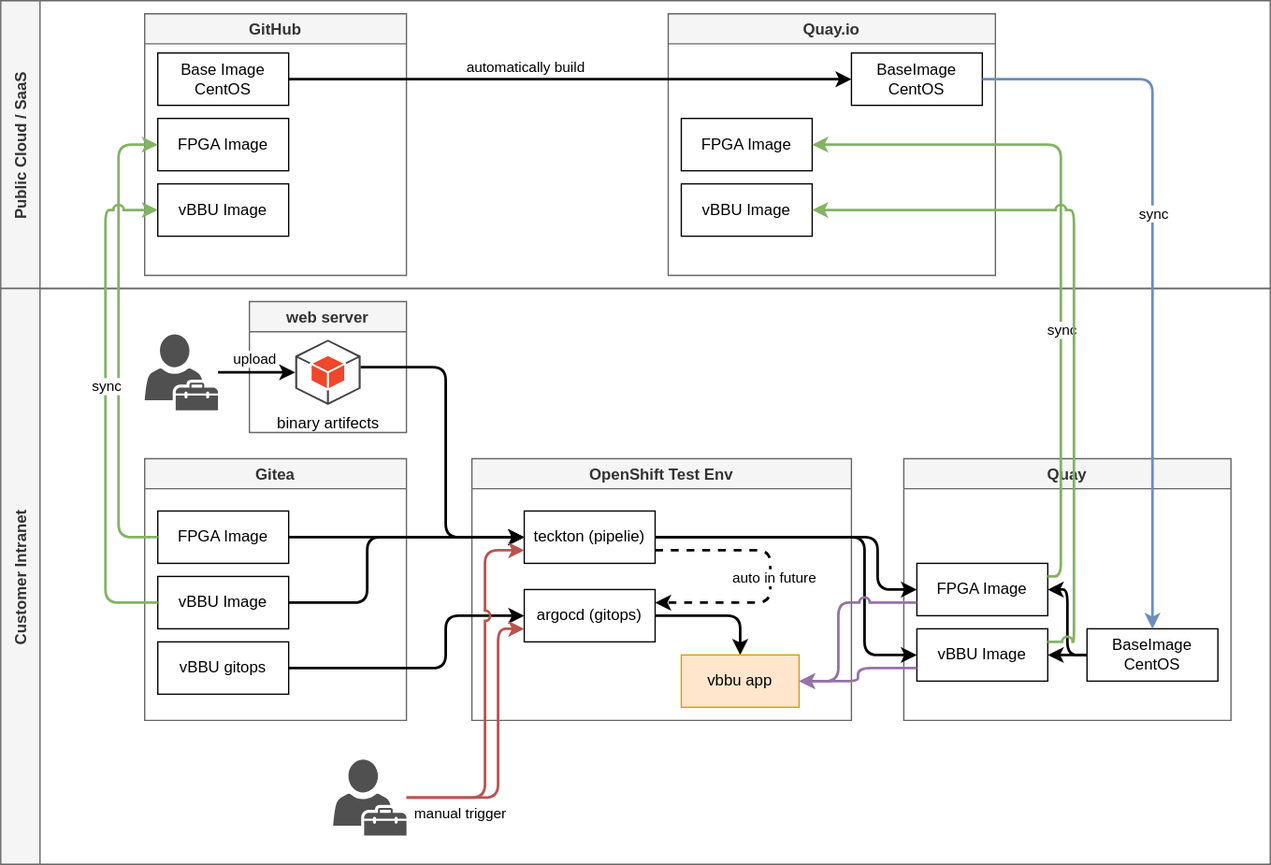
This is redhat/ocp4/4.9/dia/4.9.ci.cd.design.drawio.svg from wangzheng422/docker_env, a draw.io export, as it was before one commit. Source tidied: cells renumbered, new cells last; positions are measured from the earlier drawing's top-left corner, leaving out a move shared by most shapes.
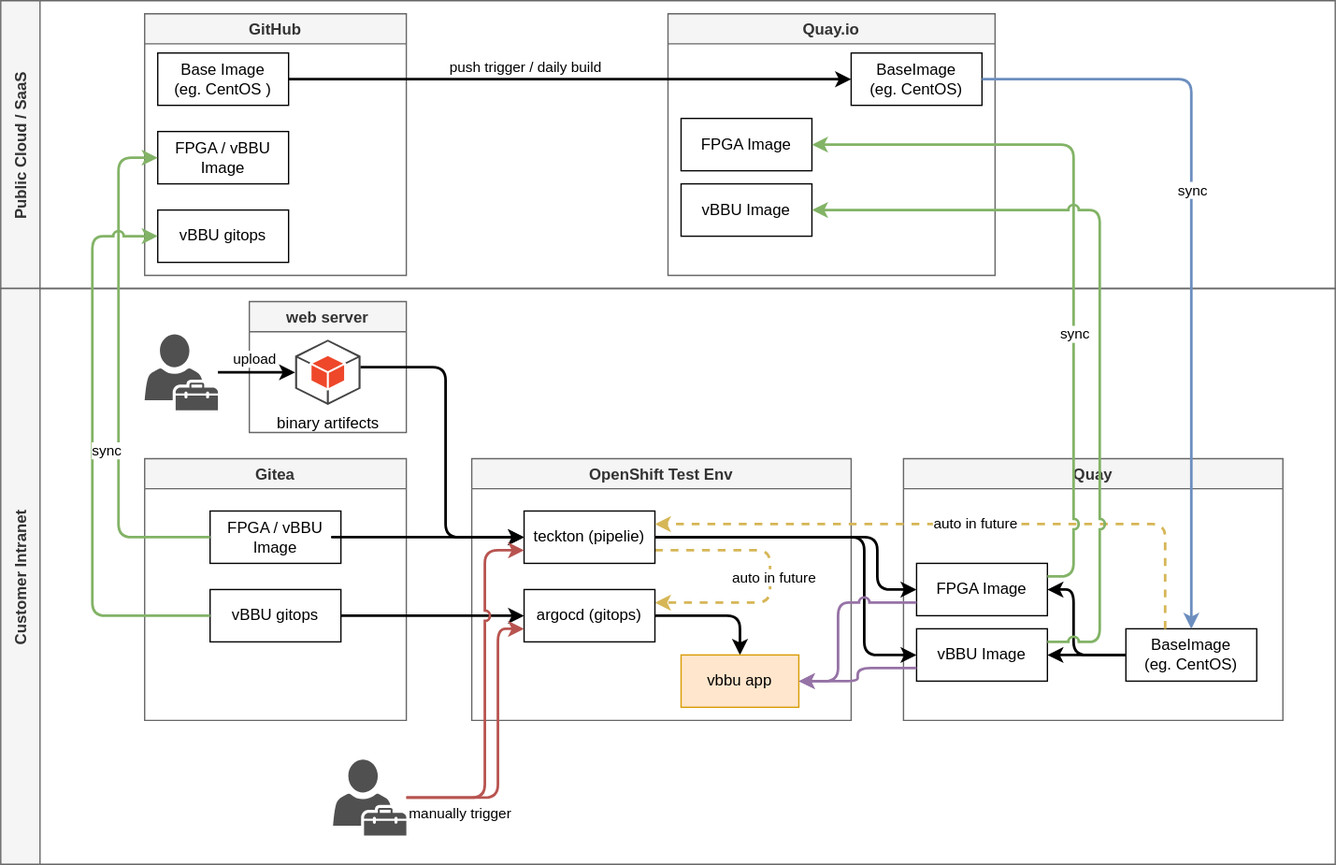
After the commit.

The edit, as a diff of the source:
```diff
@@ -3,24 +3,24 @@
     <mxCell id="0" />
     <mxCell id="1" parent="0" />
     <mxCell id="2" value="Public Cloud / SaaS" style="swimlane;horizontal=0;startSize=30;fillColor=#f5f5f5;fontColor=#333333;strokeColor=#666666;" parent="1" vertex="1">
-      <mxGeometry width="970" height="220" as="geometry" />
+      <mxGeometry width="1020" height="220" as="geometry" />
     </mxCell>
     <mxCell id="3" value="GitHub" style="swimlane;fillColor=#f5f5f5;fontColor=#333333;strokeColor=#666666;" parent="2" vertex="1">
       <mxGeometry x="110" y="10" width="200" height="200" as="geometry" />
     </mxCell>
-    <mxCell id="4" value="Base Image CentOS" style="rounded=0;whiteSpace=wrap;html=1;" parent="3" vertex="1">
+    <mxCell id="4" value="Base Image &lt;br&gt;(eg. CentOS )" style="rounded=0;whiteSpace=wrap;html=1;" parent="3" vertex="1">
       <mxGeometry x="10" y="30" width="100" height="40" as="geometry" />
     </mxCell>
-    <mxCell id="5" value="FPGA Image" style="rounded=0;whiteSpace=wrap;html=1;" parent="3" vertex="1">
-      <mxGeometry x="10" y="80" width="100" height="40" as="geometry" />
+    <mxCell id="5" value="FPGA / vBBU Image" style="rounded=0;whiteSpace=wrap;html=1;" parent="3" vertex="1">
+      <mxGeometry x="10" y="90" width="100" height="40" as="geometry" />
     </mxCell>
-    <mxCell id="6" value="vBBU Image" style="rounded=0;whiteSpace=wrap;html=1;" parent="3" vertex="1">
-      <mxGeometry x="10" y="130" width="100" height="40" as="geometry" />
-    </mxCell>
+    <mxCell id="55" value="vBBU gitops" style="rounded=0;whiteSpace=wrap;html=1;" parent="3" vertex="1">
+      <mxGeometry x="10" y="150" width="100" height="40" as="geometry" />
+    </mxCell>
     <mxCell id="7" value="Quay.io" style="swimlane;fillColor=#f5f5f5;fontColor=#333333;strokeColor=#666666;" parent="2" vertex="1">
       <mxGeometry x="510" y="10" width="250" height="200" as="geometry" />
     </mxCell>
-    <mxCell id="8" value="BaseImage CentOS" style="rounded=0;whiteSpace=wrap;html=1;" parent="7" vertex="1">
+    <mxCell id="8" value="BaseImage &lt;br&gt;(eg. CentOS)" style="rounded=0;whiteSpace=wrap;html=1;" parent="7" vertex="1">
       <mxGeometry x="140" y="30" width="100" height="40" as="geometry" />
     </mxCell>
     <mxCell id="9" value="FPGA Image" style="rounded=0;whiteSpace=wrap;html=1;" parent="7" vertex="1">
@@ -32,37 +32,39 @@
     <mxCell id="11" style="edgeStyle=orthogonalEdgeStyle;rounded=1;jumpStyle=arc;html=1;entryX=0;entryY=0.5;entryDx=0;entryDy=0;strokeWidth=2;" parent="2" edge="1" source="4" target="8">
       <mxGeometry relative="1" as="geometry" />
     </mxCell>
-    <mxCell id="12" value="automatically build" style="edgeLabel;html=1;align=center;verticalAlign=middle;" parent="11" vertex="1">
+    <mxCell id="12" value="push trigger / daily&amp;nbsp;build" style="edgeLabel;html=1;align=center;verticalAlign=middle;" parent="11" vertex="1">
       <mxGeometry x="-0.15" relative="1" as="geometry">
         <mxPoint x="-2" y="-10" as="offset" />
       </mxGeometry>
     </mxCell>
     <mxCell id="13" value="Customer Intranet" style="swimlane;horizontal=0;startSize=30;fillColor=#f5f5f5;fontColor=#333333;strokeColor=#666666;" parent="1" vertex="1">
-      <mxGeometry y="220" width="970" height="440" as="geometry" />
+      <mxGeometry y="220" width="1020" height="440" as="geometry" />
     </mxCell>
     <mxCell id="14" value="Gitea" style="swimlane;fillColor=#f5f5f5;fontColor=#333333;strokeColor=#666666;" parent="13" vertex="1">
       <mxGeometry x="110" y="130" width="200" height="200" as="geometry" />
     </mxCell>
-    <mxCell id="15" value="FPGA Image" style="rounded=0;whiteSpace=wrap;html=1;" parent="14" vertex="1">
-      <mxGeometry x="10" y="40" width="100" height="40" as="geometry" />
+    <mxCell id="15" value="FPGA / vBBU Image" style="rounded=0;whiteSpace=wrap;html=1;" parent="14" vertex="1">
+      <mxGeometry x="50" y="40" width="100" height="40" as="geometry" />
     </mxCell>
-    <mxCell id="16" value="vBBU Image" style="rounded=0;whiteSpace=wrap;html=1;" parent="14" vertex="1">
-      <mxGeometry x="10" y="90" width="100" height="40" as="geometry" />
-    </mxCell>
     <mxCell id="17" value="vBBU gitops" style="rounded=0;whiteSpace=wrap;html=1;" parent="14" vertex="1">
-      <mxGeometry x="10" y="140" width="100" height="40" as="geometry" />
+      <mxGeometry x="50" y="100" width="100" height="40" as="geometry" />
     </mxCell>
     <mxCell id="18" value="Quay" style="swimlane;fillColor=#f5f5f5;fontColor=#333333;strokeColor=#666666;" parent="13" vertex="1">
-      <mxGeometry x="690" y="130" width="250" height="200" as="geometry" />
+      <mxGeometry x="690" y="130" width="290" height="200" as="geometry" />
     </mxCell>
     <mxCell id="19" style="edgeStyle=orthogonalEdgeStyle;rounded=1;jumpStyle=arc;html=1;entryX=1;entryY=0.5;entryDx=0;entryDy=0;strokeWidth=2;" parent="18" edge="1" source="21" target="23">
-      <mxGeometry relative="1" as="geometry" />
+      <mxGeometry relative="1" as="geometry">
+        <Array as="points">
+          <mxPoint x="130" y="150" />
+          <mxPoint x="130" y="100" />
+        </Array>
+      </mxGeometry>
     </mxCell>
     <mxCell id="20" style="edgeStyle=orthogonalEdgeStyle;rounded=1;jumpStyle=arc;html=1;entryX=1;entryY=0.5;entryDx=0;entryDy=0;strokeWidth=2;" parent="18" edge="1" source="21" target="22">
       <mxGeometry relative="1" as="geometry" />
     </mxCell>
-    <mxCell id="21" value="BaseImage CentOS" style="rounded=0;whiteSpace=wrap;html=1;" parent="18" vertex="1">
-      <mxGeometry x="140" y="130" width="100" height="40" as="geometry" />
+    <mxCell id="21" value="BaseImage &lt;br&gt;(eg. CentOS)" style="rounded=0;whiteSpace=wrap;html=1;" parent="18" vertex="1">
+      <mxGeometry x="170" y="130" width="100" height="40" as="geometry" />
     </mxCell>
     <mxCell id="22" value="vBBU Image" style="rounded=0;whiteSpace=wrap;html=1;" parent="18" vertex="1">
       <mxGeometry x="10" y="130" width="100" height="40" as="geometry" />
@@ -73,7 +75,7 @@
     <mxCell id="24" value="OpenShift Test Env" style="swimlane;fillColor=#f5f5f5;fontColor=#333333;strokeColor=#666666;" parent="13" vertex="1">
       <mxGeometry x="360" y="130" width="290" height="200" as="geometry" />
     </mxCell>
-    <mxCell id="25" style="edgeStyle=orthogonalEdgeStyle;rounded=1;jumpStyle=arc;html=1;entryX=1;entryY=0.25;entryDx=0;entryDy=0;dashed=1;strokeWidth=2;" parent="24" edge="1" source="27" target="29">
+    <mxCell id="25" style="edgeStyle=orthogonalEdgeStyle;rounded=1;jumpStyle=arc;html=1;entryX=1;entryY=0.25;entryDx=0;entryDy=0;dashed=1;strokeWidth=2;fillColor=#fff2cc;strokeColor=#d6b656;" parent="24" edge="1" source="27" target="29">
       <mxGeometry relative="1" as="geometry">
         <Array as="points">
           <mxPoint x="228" y="70" />
@@ -106,14 +108,6 @@
         </Array>
       </mxGeometry>
     </mxCell>
-    <mxCell id="32" style="edgeStyle=orthogonalEdgeStyle;rounded=1;html=1;entryX=0;entryY=0.5;entryDx=0;entryDy=0;jumpStyle=arc;exitX=1;exitY=0.5;exitDx=0;exitDy=0;strokeWidth=2;" parent="13" edge="1" source="16" target="27">
-      <mxGeometry relative="1" as="geometry">
-        <Array as="points">
-          <mxPoint x="280" y="240" />
-          <mxPoint x="280" y="190" />
-        </Array>
-      </mxGeometry>
-    </mxCell>
     <mxCell id="33" style="edgeStyle=orthogonalEdgeStyle;rounded=1;jumpStyle=arc;html=1;entryX=0;entryY=0.5;entryDx=0;entryDy=0;strokeWidth=2;" parent="13" edge="1" source="27" target="23">
       <mxGeometry relative="1" as="geometry">
         <Array as="points">
@@ -164,8 +158,8 @@
     <mxCell id="42" style="edgeStyle=orthogonalEdgeStyle;rounded=1;jumpStyle=arc;html=1;entryX=0;entryY=0.5;entryDx=0;entryDy=0;strokeWidth=2;" parent="13" edge="1" source="17" target="29">
       <mxGeometry x="-0.55" y="-10" relative="1" as="geometry">
         <Array as="points">
-          <mxPoint x="340" y="290" />
-          <mxPoint x="340" y="250" />
+          <mxPoint x="280" y="250" />
+          <mxPoint x="280" y="250" />
         </Array>
       </mxGeometry>
     </mxCell>
@@ -185,7 +179,7 @@
         </Array>
       </mxGeometry>
     </mxCell>
-    <mxCell id="45" value="manual trigger" style="edgeLabel;html=1;align=center;verticalAlign=middle;" parent="44" vertex="1">
+    <mxCell id="45" value="manually trigger" style="edgeLabel;html=1;align=center;verticalAlign=middle;" parent="44" vertex="1">
       <mxGeometry x="-0.79" y="-1" relative="1" as="geometry">
         <mxPoint x="17" y="10" as="offset" />
       </mxGeometry>
@@ -193,8 +187,23 @@
     <mxCell id="46" style="sketch=0;shadow=0;dashed=0;html=1;strokeColor=none;fillColor=#505050;labelPosition=center;verticalLabelPosition=bottom;verticalAlign=top;outlineConnect=0;align=center;shape=mxgraph.office.users.tenant_admin;" parent="13" vertex="1">
       <mxGeometry x="254" y="360" width="56" height="58" as="geometry" />
     </mxCell>
+    <mxCell id="56" style="edgeStyle=orthogonalEdgeStyle;html=1;entryX=1;entryY=0.25;entryDx=0;entryDy=0;strokeWidth=2;fillColor=#fff2cc;strokeColor=#d6b656;dashed=1;" parent="13" edge="1" source="21" target="27">
+      <mxGeometry relative="1" as="geometry">
+        <Array as="points">
+          <mxPoint x="890" y="180" />
+        </Array>
+      </mxGeometry>
+    </mxCell>
+    <mxCell id="57" value="auto in future" style="edgeLabel;html=1;align=center;verticalAlign=middle;" parent="56" vertex="1">
+      <mxGeometry x="-0.04" y="-1" relative="1" as="geometry" />
+    </mxCell>
     <mxCell id="47" style="edgeStyle=orthogonalEdgeStyle;rounded=1;jumpStyle=arc;html=1;entryX=1;entryY=0.5;entryDx=0;entryDy=0;exitX=1;exitY=0.25;exitDx=0;exitDy=0;fillColor=#d5e8d4;strokeColor=#82b366;strokeWidth=2;" parent="1" edge="1" source="23" target="9">
-      <mxGeometry relative="1" as="geometry" />
+      <mxGeometry relative="1" as="geometry">
+        <Array as="points">
+          <mxPoint x="820" y="440" />
+          <mxPoint x="820" y="110" />
+        </Array>
+      </mxGeometry>
     </mxCell>
     <mxCell id="48" value="sync" style="edgeLabel;html=1;align=center;verticalAlign=middle;" parent="47" vertex="1">
       <mxGeometry x="-0.25" relative="1" as="geometry" />
@@ -202,8 +211,8 @@
     <mxCell id="49" style="edgeStyle=orthogonalEdgeStyle;rounded=1;jumpStyle=arc;html=1;entryX=1;entryY=0.5;entryDx=0;entryDy=0;exitX=1;exitY=0.25;exitDx=0;exitDy=0;fillColor=#d5e8d4;strokeColor=#82b366;strokeWidth=2;" parent="1" edge="1" source="22" target="10">
       <mxGeometry relative="1" as="geometry">
         <Array as="points">
-          <mxPoint x="820" y="490" />
-          <mxPoint x="820" y="160" />
+          <mxPoint x="840" y="490" />
+          <mxPoint x="840" y="160" />
         </Array>
       </mxGeometry>
     </mxCell>
@@ -219,21 +228,21 @@
       <mxGeometry relative="1" as="geometry">
         <Array as="points">
           <mxPoint x="90" y="410" />
-          <mxPoint x="90" y="110" />
+          <mxPoint x="90" y="120" />
         </Array>
       </mxGeometry>
     </mxCell>
-    <mxCell id="53" style="edgeStyle=orthogonalEdgeStyle;rounded=1;jumpStyle=arc;html=1;fillColor=#d5e8d4;strokeColor=#82b366;strokeWidth=2;" parent="1" edge="1" source="16" target="6">
-      <mxGeometry relative="1" as="geometry">
-        <Array as="points">
-          <mxPoint x="80" y="460" />
-          <mxPoint x="80" y="160" />
-        </Array>
-      </mxGeometry>
-    </mxCell>
+    <mxCell id="58" style="edgeStyle=orthogonalEdgeStyle;html=1;entryX=0;entryY=0.5;entryDx=0;entryDy=0;strokeWidth=2;fillColor=#d5e8d4;strokeColor=#82b366;jumpStyle=arc;" parent="1" edge="1" source="17" target="55">
+      <mxGeometry relative="1" as="geometry">
+        <Array as="points">
+          <mxPoint x="70" y="470" />
+          <mxPoint x="70" y="180" />
+        </Array>
+      </mxGeometry>
+    </mxCell>
-    <mxCell id="54" value="sync" style="edgeLabel;html=1;align=center;verticalAlign=middle;" parent="53" vertex="1">
-      <mxGeometry x="0.09" relative="1" as="geometry">
-        <mxPoint y="1" as="offset" />
+    <mxCell id="54" value="sync" style="edgeLabel;html=1;align=center;verticalAlign=middle;" parent="58" vertex="1">
+      <mxGeometry x="0.01" y="3" relative="1" as="geometry">
+        <mxPoint x="13" as="offset" />
       </mxGeometry>
     </mxCell>
   </root>
```
